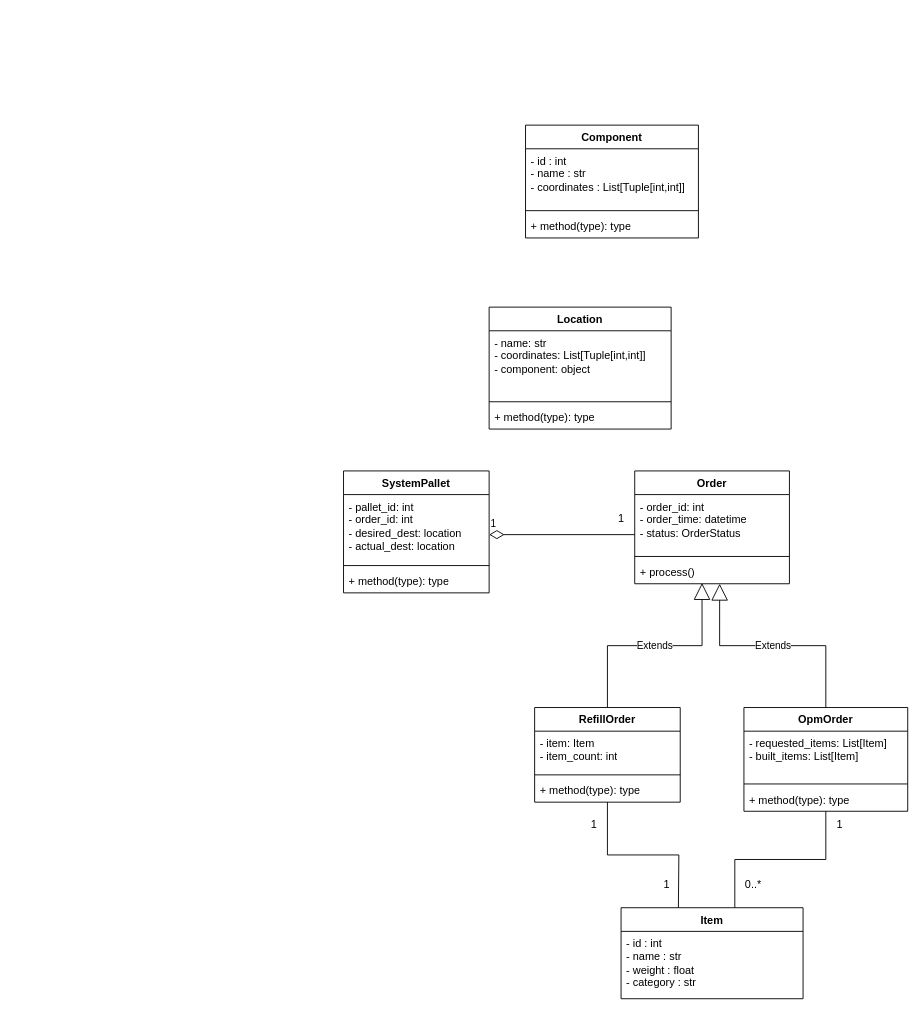
Earlier version of the draw.io diagram docs/uml/class_diagram.drawio (joonaMakiKorte/MaterialFlow). Source tidied: cells renumbered, new cells numbered last; positions are measured from the earlier drawing's top-left corner, leaving out a move shared by most shapes. Both pictures are drawn from the tidied source at 91%, with x=0, y=0 at pixel (343, 125).
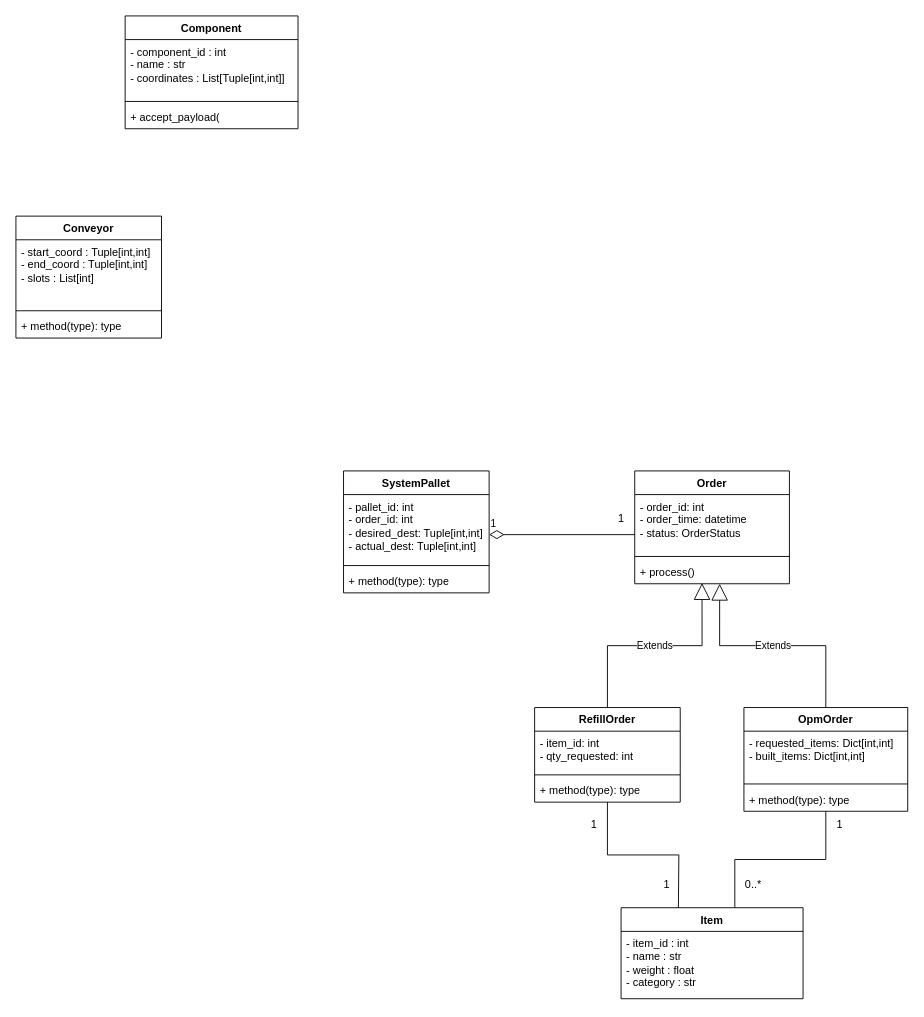
After the change.

Commit message (it also covers changes not shown here):
Conveyor logic, conveyor tests

Unchanged cells that the change refers to:
```xml
<mxCell id="6" value="Item" style="swimlane;fontStyle=1;align=center;verticalAlign=top;horizontal=1;startSize=26;whiteSpace=wrap;html=1;" parent="1" vertex="1">
  <mxGeometry x="305" y="860" width="200" height="100" as="geometry" />
</mxCell>
<mxCell id="8" value="SystemPallet" style="swimlane;fontStyle=1;align=center;verticalAlign=top;horizontal=1;startSize=26;whiteSpace=wrap;html=1;" parent="1" vertex="1">
  <mxGeometry y="380" width="160" height="134" as="geometry" />
</mxCell>
<mxCell id="12" value="RefillOrder" style="swimlane;fontStyle=1;align=center;verticalAlign=top;horizontal=1;startSize=26;whiteSpace=wrap;html=1;" parent="1" vertex="1">
  <mxGeometry x="210" y="640" width="160" height="104" as="geometry" />
</mxCell>
<mxCell id="16" value="OpmOrder" style="swimlane;fontStyle=1;align=center;verticalAlign=top;horizontal=1;startSize=26;whiteSpace=wrap;html=1;" parent="1" vertex="1">
  <mxGeometry x="440" y="640" width="180" height="114" as="geometry" />
</mxCell>
```

What changed in the source:
```diff
@@
-    <mxCell id="7" value="- id : int&lt;div&gt;- name : str&lt;/div&gt;&lt;div&gt;- weight : float&lt;/div&gt;&lt;div&gt;- category : str&amp;nbsp;&lt;/div&gt;" style="text;strokeColor=none;fillColor=none;align=left;verticalAlign=top;spacingLeft=4;spacingRight=4;overflow=hidden;whiteSpace=wrap;html=1;" parent="6" vertex="1">
+    <mxCell id="7" value="- item_id : int&lt;div&gt;- name : str&lt;/div&gt;&lt;div&gt;- weight : float&lt;/div&gt;&lt;div&gt;- category : str&amp;nbsp;&lt;/div&gt;" style="text;strokeColor=none;fillColor=none;align=left;verticalAlign=top;spacingLeft=4;spacingRight=4;overflow=hidden;whiteSpace=wrap;html=1;" parent="6" vertex="1">
       <mxGeometry y="26" width="200" height="74" as="geometry" />
     </mxCell>
@@
-    <mxCell id="9" value="- pallet_id: int&lt;div&gt;- order_id: int&lt;/div&gt;&lt;div&gt;- desired_dest: location&lt;/div&gt;&lt;div&gt;- actual_dest: location&lt;br&gt;&lt;div&gt;&lt;br&gt;&lt;/div&gt;&lt;/div&gt;" style="text;strokeColor=none;fillColor=none;align=left;verticalAlign=top;spacingLeft=4;spacingRight=4;overflow=hidden;whiteSpace=wrap;html=1;" parent="8" vertex="1">
+    <mxCell id="9" value="- pallet_id: int&lt;div&gt;- order_id: int&lt;/div&gt;&lt;div&gt;- desired_dest: Tuple[int,int]&lt;/div&gt;&lt;div&gt;- actual_dest: Tuple[int,int]&lt;br&gt;&lt;div&gt;&lt;br&gt;&lt;/div&gt;&lt;/div&gt;" style="text;strokeColor=none;fillColor=none;align=left;verticalAlign=top;spacingLeft=4;spacingRight=4;overflow=hidden;whiteSpace=wrap;html=1;" parent="8" vertex="1">
       <mxGeometry y="26" width="160" height="74" as="geometry" />
     </mxCell>
@@
-    <mxCell id="13" value="- item: Item&lt;div&gt;- item_count: int&lt;/div&gt;" style="text;strokeColor=none;fillColor=none;align=left;verticalAlign=top;spacingLeft=4;spacingRight=4;overflow=hidden;whiteSpace=wrap;html=1;" parent="12" vertex="1">
+    <mxCell id="13" value="- item_id: int&lt;div&gt;- qty_requested: int&lt;/div&gt;" style="text;strokeColor=none;fillColor=none;align=left;verticalAlign=top;spacingLeft=4;spacingRight=4;overflow=hidden;whiteSpace=wrap;html=1;" parent="12" vertex="1">
       <mxGeometry y="26" width="160" height="44" as="geometry" />
     </mxCell>
@@
-    <mxCell id="17" value="- requested_items: List[Item]&lt;div&gt;- built_items: List[Item]&lt;/div&gt;" style="text;strokeColor=none;fillColor=none;align=left;verticalAlign=top;spacingLeft=4;spacingRight=4;overflow=hidden;whiteSpace=wrap;html=1;" parent="16" vertex="1">
+    <mxCell id="17" value="- requested_items: Dict[int,int]&lt;div&gt;- built_items: Dict[int,int]&lt;/div&gt;" style="text;strokeColor=none;fillColor=none;align=left;verticalAlign=top;spacingLeft=4;spacingRight=4;overflow=hidden;whiteSpace=wrap;html=1;" parent="16" vertex="1">
       <mxGeometry y="26" width="180" height="54" as="geometry" />
     </mxCell>
@@
-    <mxCell id="30" value="Location" style="swimlane;fontStyle=1;align=center;verticalAlign=top;horizontal=1;startSize=26;whiteSpace=wrap;html=1;" parent="1" vertex="1">
-      <mxGeometry x="160" y="200" width="200" height="134" as="geometry" />
-    </mxCell>
-    <mxCell id="31" value="- name: str&lt;div&gt;&lt;span style=&quot;background-color: transparent; color: light-dark(rgb(0, 0, 0), rgb(255, 255, 255));&quot;&gt;- coordinates: List[Tuple[int,int]]&lt;/span&gt;&lt;/div&gt;&lt;div&gt;&lt;span style=&quot;background-color: transparent; color: light-dark(rgb(0, 0, 0), rgb(255, 255, 255));&quot;&gt;- component: object&lt;/span&gt;&lt;/div&gt;" style="text;strokeColor=none;fillColor=none;align=left;verticalAlign=top;spacingLeft=4;spacingRight=4;overflow=hidden;whiteSpace=wrap;html=1;" parent="30" vertex="1">
-      <mxGeometry y="26" width="200" height="74" as="geometry" />
-    </mxCell>
-    <mxCell id="32" style="line;strokeWidth=1;fillColor=none;align=left;verticalAlign=middle;spacingTop=-1;spacingLeft=3;spacingRight=3;labelPosition=right;strokeColor=inherit;" parent="30" vertex="1">
-      <mxGeometry y="100" width="200" height="8" as="geometry" />
-    </mxCell>
-    <mxCell id="33" value="+ method(type): type" style="text;strokeColor=none;fillColor=none;align=left;verticalAlign=top;spacingLeft=4;spacingRight=4;overflow=hidden;whiteSpace=wrap;html=1;" parent="30" vertex="1">
-      <mxGeometry y="108" width="200" height="26" as="geometry" />
-    </mxCell>
     <mxCell id="34" value="Component" style="swimlane;fontStyle=1;align=center;verticalAlign=top;horizontal=1;startSize=26;whiteSpace=wrap;html=1;" parent="1" vertex="1">
-      <mxGeometry x="200" width="190" height="124" as="geometry" />
+      <mxGeometry x="-240" y="-120" width="190" height="124" as="geometry" />
     </mxCell>
-    <mxCell id="35" value="- id : int&lt;div&gt;- name : str&lt;/div&gt;&lt;div&gt;- coordinates : List[Tuple[int,int]]&lt;/div&gt;" style="text;strokeColor=none;fillColor=none;align=left;verticalAlign=top;spacingLeft=4;spacingRight=4;overflow=hidden;whiteSpace=wrap;html=1;" parent="34" vertex="1">
+    <mxCell id="35" value="- component_id : int&lt;div&gt;- name : str&lt;/div&gt;&lt;div&gt;- coordinates : List[Tuple[int,int]]&lt;/div&gt;" style="text;strokeColor=none;fillColor=none;align=left;verticalAlign=top;spacingLeft=4;spacingRight=4;overflow=hidden;whiteSpace=wrap;html=1;" parent="34" vertex="1">
       <mxGeometry y="26" width="190" height="64" as="geometry" />
     </mxCell>
@@
-    <mxCell id="37" value="+ method(type): type" style="text;strokeColor=none;fillColor=none;align=left;verticalAlign=top;spacingLeft=4;spacingRight=4;overflow=hidden;whiteSpace=wrap;html=1;" parent="34" vertex="1">
+    <mxCell id="37" value="+ accept_payload(" style="text;strokeColor=none;fillColor=none;align=left;verticalAlign=top;spacingLeft=4;spacingRight=4;overflow=hidden;whiteSpace=wrap;html=1;" parent="34" vertex="1">
       <mxGeometry y="98" width="190" height="26" as="geometry" />
     </mxCell>
+    <mxCell id="38" value="Conveyor" style="swimlane;fontStyle=1;align=center;verticalAlign=top;horizontal=1;startSize=26;whiteSpace=wrap;html=1;" parent="1" vertex="1">
+      <mxGeometry x="-360" y="100" width="160" height="134" as="geometry" />
+    </mxCell>
+    <mxCell id="39" value="- start_coord : Tuple[int,int]&lt;div&gt;- end_coord : Tuple[int,int]&lt;/div&gt;&lt;div&gt;- slots : List[int]&lt;/div&gt;" style="text;strokeColor=none;fillColor=none;align=left;verticalAlign=top;spacingLeft=4;spacingRight=4;overflow=hidden;whiteSpace=wrap;html=1;" parent="38" vertex="1">
+      <mxGeometry y="26" width="160" height="74" as="geometry" />
+    </mxCell>
+    <mxCell id="40" style="line;strokeWidth=1;fillColor=none;align=left;verticalAlign=middle;spacingTop=-1;spacingLeft=3;spacingRight=3;labelPosition=right;strokeColor=inherit;" parent="38" vertex="1">
+      <mxGeometry y="100" width="160" height="8" as="geometry" />
+    </mxCell>
+    <mxCell id="33" value="+ method(type): type" style="text;strokeColor=none;fillColor=none;align=left;verticalAlign=top;spacingLeft=4;spacingRight=4;overflow=hidden;whiteSpace=wrap;html=1;" parent="38" vertex="1">
+      <mxGeometry y="108" width="160" height="26" as="geometry" />
+    </mxCell>
```
